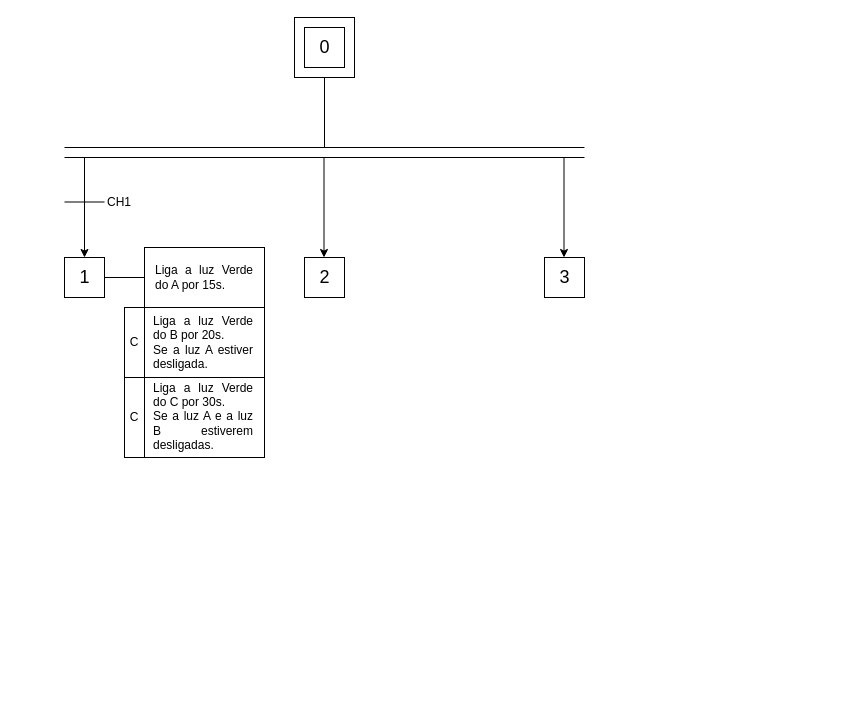
Earlier version of the draw.io diagram Experiência 3 - Semáforo de 3 tempos/Experimento3_CLP.drawio (pedroManuelP/Automa-o-Industrial). Source tidied: cells renumbered, new cells numbered last; positions are measured from the earlier drawing's top-left corner, leaving out a move shared by most shapes. Both pictures are drawn from the tidied source at 100%, with x=0, y=0 at pixel (64, 17).
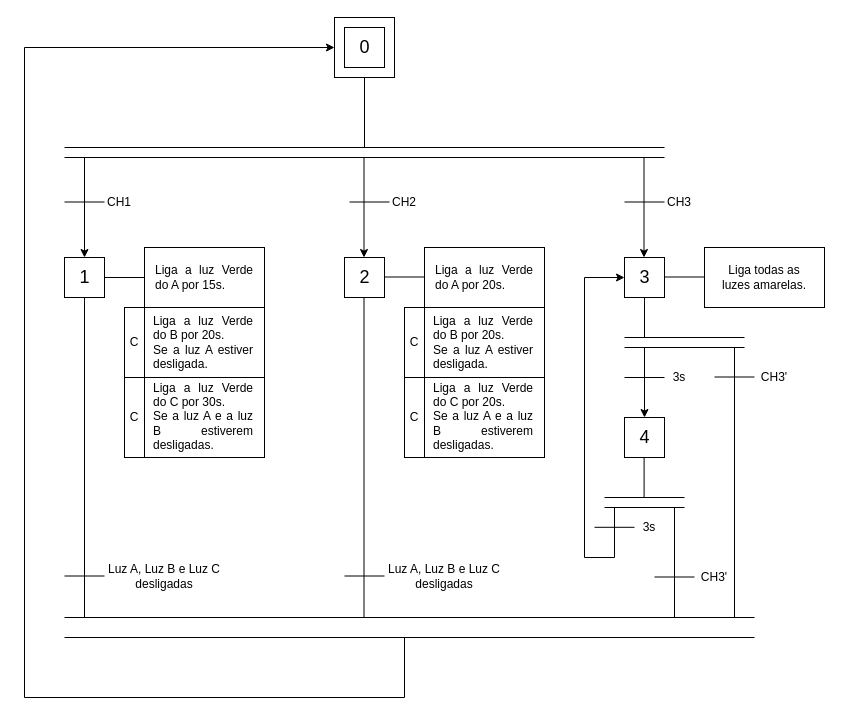
The same diagram, later.

Unchanged cells that the change refers to:
```xml
<mxCell id="8" style="rounded=0;whiteSpace=wrap;html=1;" parent="1" vertex="1">
  <mxGeometry y="240" width="40" height="40" as="geometry" />
</mxCell>
```

What changed in the source:
```diff
@@
     <mxCell id="2" style="rounded=0;whiteSpace=wrap;html=1;" parent="1" vertex="1">
-      <mxGeometry x="230" width="60" height="60" as="geometry" />
+      <mxGeometry x="270" width="60" height="60" as="geometry" />
     </mxCell>
     <mxCell id="3" style="rounded=0;whiteSpace=wrap;html=1;" parent="1" vertex="1">
-      <mxGeometry x="240" y="10" width="40" height="40" as="geometry" />
+      <mxGeometry x="280" y="10" width="40" height="40" as="geometry" />
     </mxCell>
     <mxCell id="4" value="&lt;div&gt;&lt;font style=&quot;font-size: 18px;&quot;&gt;0&lt;/font&gt;&lt;/div&gt;" style="text;html=1;align=center;verticalAlign=middle;strokeColor=none;fillColor=none;" parent="1" vertex="1">
-      <mxGeometry x="245" y="10" width="30" height="40" as="geometry" />
+      <mxGeometry x="285" y="10" width="30" height="40" as="geometry" />
     </mxCell>
     <mxCell id="5" style="endArrow=none;html=1;rounded=0;exitX=0.5;exitY=1;exitDx=0;exitDy=0;" parent="1" edge="1" source="2">
       <mxGeometry relative="1" as="geometry">
-        <mxPoint x="260" y="130" as="targetPoint" />
+        <mxPoint x="300" y="130" as="targetPoint" />
       </mxGeometry>
     </mxCell>
     <mxCell id="6" style="endArrow=none;html=1;rounded=0;" parent="1" edge="1">
       <mxGeometry relative="1" as="geometry">
         <mxPoint y="130" as="sourcePoint" />
-        <mxPoint x="520" y="130" as="targetPoint" />
+        <mxPoint x="600" y="130" as="targetPoint" />
       </mxGeometry>
     </mxCell>
     <mxCell id="7" style="endArrow=none;html=1;rounded=0;" parent="1" edge="1">
       <mxGeometry relative="1" as="geometry">
         <mxPoint y="140" as="sourcePoint" />
-        <mxPoint x="520" y="140" as="targetPoint" />
+        <mxPoint x="600" y="140" as="targetPoint" />
       </mxGeometry>
     </mxCell>
@@
     <mxCell id="21" style="rounded=0;whiteSpace=wrap;html=1;" parent="1" vertex="1">
-      <mxGeometry x="240" y="240" width="40" height="40" as="geometry" />
+      <mxGeometry x="280" y="240" width="40" height="40" as="geometry" />
     </mxCell>
     <mxCell id="22" value="&lt;font style=&quot;font-size: 18px;&quot;&gt;2&lt;/font&gt;" style="text;html=1;align=center;verticalAlign=middle;strokeColor=none;fillColor=none;" parent="1" vertex="1">
-      <mxGeometry x="245" y="240" width="30" height="40" as="geometry" />
+      <mxGeometry x="285" y="240" width="30" height="40" as="geometry" />
     </mxCell>
     <mxCell id="23" style="rounded=0;whiteSpace=wrap;html=1;" parent="1" vertex="1">
-      <mxGeometry x="480" y="240" width="40" height="40" as="geometry" />
+      <mxGeometry x="560" y="240" width="40" height="40" as="geometry" />
     </mxCell>
     <mxCell id="24" value="&lt;font style=&quot;font-size: 18px;&quot;&gt;3&lt;/font&gt;" style="text;html=1;align=center;verticalAlign=middle;strokeColor=none;fillColor=none;" parent="1" vertex="1">
-      <mxGeometry x="485" y="240" width="30" height="40" as="geometry" />
+      <mxGeometry x="565" y="240" width="30" height="40" as="geometry" />
     </mxCell>
@@
     <mxCell id="26" style="endArrow=classic;html=1;rounded=0;entryX=0.5;entryY=0;entryDx=0;entryDy=0;" parent="1" edge="1">
       <mxGeometry relative="1" as="geometry">
-        <mxPoint x="259.5" y="140" as="sourcePoint" />
-        <mxPoint x="259.5" y="240" as="targetPoint" />
+        <mxPoint x="299.5" y="140" as="sourcePoint" />
+        <mxPoint x="299.5" y="240" as="targetPoint" />
       </mxGeometry>
     </mxCell>
     <mxCell id="27" style="endArrow=classic;html=1;rounded=0;entryX=0.5;entryY=0;entryDx=0;entryDy=0;" parent="1" edge="1">
       <mxGeometry relative="1" as="geometry">
-        <mxPoint x="499.5" y="140" as="sourcePoint" />
-        <mxPoint x="499.5" y="240" as="targetPoint" />
+        <mxPoint x="579.5" y="140" as="sourcePoint" />
+        <mxPoint x="579.5" y="240" as="targetPoint" />
       </mxGeometry>
     </mxCell>
@@
+    <mxCell id="30" style="rounded=0;whiteSpace=wrap;html=1;" parent="1" vertex="1">
+      <mxGeometry x="360" y="230" width="120" height="60" as="geometry" />
+    </mxCell>
+    <mxCell id="31" value="&lt;font style=&quot;font-size: 12px;&quot;&gt;C&lt;/font&gt;" style="rounded=0;whiteSpace=wrap;html=1;" parent="1" vertex="1">
+      <mxGeometry x="340" y="290" width="20" height="70" as="geometry" />
+    </mxCell>
+    <mxCell id="32" value="&lt;div align=&quot;justify&quot;&gt;&lt;font style=&quot;font-size: 12px;&quot;&gt;Liga a luz Verde do A por 20s.&lt;/font&gt;&lt;/div&gt;" style="text;html=1;align=center;verticalAlign=middle;whiteSpace=wrap;rounded=0;" parent="1" vertex="1">
+      <mxGeometry x="370" y="240" width="100" height="40" as="geometry" />
+    </mxCell>
+    <mxCell id="33" style="group;" parent="1" vertex="1">
+      <mxGeometry x="360" y="290" width="140" height="70" as="geometry" />
+    </mxCell>
+    <mxCell id="34" style="rounded=0;whiteSpace=wrap;html=1;" parent="33" vertex="1">
+      <mxGeometry width="120" height="70" as="geometry" />
+    </mxCell>
+    <mxCell id="35" value="&lt;div align=&quot;justify&quot;&gt;Liga a luz Verde do B por 20s.&lt;/div&gt;&lt;div align=&quot;justify&quot;&gt;Se a luz A estiver desligada.&lt;/div&gt;" style="text;html=1;align=center;verticalAlign=middle;whiteSpace=wrap;rounded=0;" parent="33" vertex="1">
+      <mxGeometry x="7.8" y="17.5" width="102.2" height="35" as="geometry" />
+    </mxCell>
+    <mxCell id="36" value="&lt;font style=&quot;font-size: 12px;&quot;&gt;C&lt;/font&gt;" style="rounded=0;whiteSpace=wrap;html=1;" parent="1" vertex="1">
+      <mxGeometry x="340" y="360" width="20" height="80" as="geometry" />
+    </mxCell>
+    <mxCell id="37" style="group;" parent="1" vertex="1">
+      <mxGeometry x="360" y="360" width="140" height="80" as="geometry" />
+    </mxCell>
+    <mxCell id="38" style="rounded=0;whiteSpace=wrap;html=1;" parent="37" vertex="1">
+      <mxGeometry width="120" height="80" as="geometry" />
+    </mxCell>
+    <mxCell id="39" value="&lt;div align=&quot;justify&quot;&gt;Liga a luz Verde do C por 20s.&lt;/div&gt;&lt;div align=&quot;justify&quot;&gt;Se a luz A e a luz B estiverem desligadas.&lt;/div&gt;" style="text;html=1;align=center;verticalAlign=middle;whiteSpace=wrap;rounded=0;" parent="37" vertex="1">
+      <mxGeometry x="7.8" y="17.5" width="102.2" height="42.5" as="geometry" />
+    </mxCell>
+    <mxCell id="40" style="endArrow=none;html=1;rounded=0;exitX=1;exitY=0.5;exitDx=0;exitDy=0;entryX=0;entryY=0.5;entryDx=0;entryDy=0;" parent="1" edge="1">
+      <mxGeometry relative="1" as="geometry">
+        <mxPoint x="320" y="259.5" as="sourcePoint" />
+        <mxPoint x="360" y="259.5" as="targetPoint" />
+      </mxGeometry>
+    </mxCell>
+    <mxCell id="41" style="endArrow=none;html=1;rounded=0;exitX=1;exitY=0.5;exitDx=0;exitDy=0;entryX=0;entryY=0.5;entryDx=0;entryDy=0;" parent="1" edge="1">
+      <mxGeometry relative="1" as="geometry">
+        <mxPoint x="600" y="259.5" as="sourcePoint" />
+        <mxPoint x="640" y="259.5" as="targetPoint" />
+      </mxGeometry>
+    </mxCell>
+    <mxCell id="42" style="rounded=0;whiteSpace=wrap;html=1;" parent="1" vertex="1">
+      <mxGeometry x="640" y="230" width="120" height="60" as="geometry" />
+    </mxCell>
+    <mxCell id="43" value="Liga todas as luzes amarelas." style="text;html=1;align=center;verticalAlign=middle;whiteSpace=wrap;rounded=0;" parent="1" vertex="1">
+      <mxGeometry x="650" y="240" width="100" height="40" as="geometry" />
+    </mxCell>
+    <mxCell id="44" style="endArrow=none;html=1;rounded=0;" parent="1" edge="1">
+      <mxGeometry relative="1" as="geometry">
+        <mxPoint x="285" y="184.5" as="sourcePoint" />
+        <mxPoint x="325" y="184.5" as="targetPoint" />
+      </mxGeometry>
+    </mxCell>
+    <mxCell id="45" value="CH2" style="text;html=1;align=center;verticalAlign=middle;whiteSpace=wrap;rounded=0;" parent="1" vertex="1">
+      <mxGeometry x="325" y="170" width="30" height="30" as="geometry" />
+    </mxCell>
+    <mxCell id="46" style="endArrow=none;html=1;rounded=0;" parent="1" edge="1">
+      <mxGeometry relative="1" as="geometry">
+        <mxPoint x="560" y="184.5" as="sourcePoint" />
+        <mxPoint x="600" y="184.5" as="targetPoint" />
+      </mxGeometry>
+    </mxCell>
+    <mxCell id="47" value="&lt;div&gt;CH3&lt;/div&gt;" style="text;html=1;align=center;verticalAlign=middle;whiteSpace=wrap;rounded=0;" parent="1" vertex="1">
+      <mxGeometry x="600" y="170" width="30" height="30" as="geometry" />
+    </mxCell>
+    <mxCell id="48" style="rounded=0;whiteSpace=wrap;html=1;" parent="1" vertex="1">
+      <mxGeometry x="560" y="400" width="40" height="40" as="geometry" />
+    </mxCell>
+    <mxCell id="49" value="&lt;font style=&quot;font-size: 18px;&quot;&gt;4&lt;/font&gt;" style="text;html=1;align=center;verticalAlign=middle;strokeColor=none;fillColor=none;" parent="1" vertex="1">
+      <mxGeometry x="565" y="400" width="30" height="40" as="geometry" />
+    </mxCell>
+    <mxCell id="50" style="endArrow=none;html=1;rounded=0;" parent="1" edge="1">
+      <mxGeometry relative="1" as="geometry">
+        <mxPoint x="560" y="360" as="sourcePoint" />
+        <mxPoint x="600" y="360" as="targetPoint" />
+      </mxGeometry>
+    </mxCell>
+    <mxCell id="51" value="3s" style="text;html=1;align=center;verticalAlign=middle;whiteSpace=wrap;rounded=0;" parent="1" vertex="1">
+      <mxGeometry x="600" y="350" width="30" height="20" as="geometry" />
+    </mxCell>
+    <mxCell id="52" style="endArrow=classic;html=1;rounded=0;entryX=0;entryY=0.5;entryDx=0;entryDy=0;" parent="1" edge="1" target="23">
+      <mxGeometry relative="1" as="geometry">
+        <mxPoint x="550" y="490" as="sourcePoint" />
+        <Array as="points">
+          <mxPoint x="550" y="540" />
+          <mxPoint x="520" y="540" />
+          <mxPoint x="520" y="260" />
+        </Array>
+      </mxGeometry>
+    </mxCell>
+    <mxCell id="53" style="endArrow=none;html=1;rounded=0;" parent="1" edge="1">
+      <mxGeometry relative="1" as="geometry">
+        <mxPoint x="530" y="509.8" as="sourcePoint" />
+        <mxPoint x="570" y="509.8" as="targetPoint" />
+      </mxGeometry>
+    </mxCell>
+    <mxCell id="54" value="3s" style="text;html=1;align=center;verticalAlign=middle;whiteSpace=wrap;rounded=0;" parent="1" vertex="1">
+      <mxGeometry x="570" y="500" width="30" height="20" as="geometry" />
+    </mxCell>
+    <mxCell id="55" style="endArrow=none;html=1;rounded=0;entryX=0.5;entryY=1;entryDx=0;entryDy=0;" parent="1" edge="1" target="23">
+      <mxGeometry relative="1" as="geometry">
+        <mxPoint x="580" y="320" as="sourcePoint" />
+      </mxGeometry>
+    </mxCell>
+    <mxCell id="56" style="endArrow=none;html=1;rounded=0;" parent="1" edge="1">
+      <mxGeometry relative="1" as="geometry">
+        <mxPoint x="560" y="320" as="sourcePoint" />
+        <mxPoint x="680" y="320" as="targetPoint" />
+      </mxGeometry>
+    </mxCell>
+    <mxCell id="57" style="endArrow=none;html=1;rounded=0;" parent="1" edge="1">
+      <mxGeometry relative="1" as="geometry">
+        <mxPoint x="560" y="330" as="sourcePoint" />
+        <mxPoint x="680" y="330" as="targetPoint" />
+      </mxGeometry>
+    </mxCell>
+    <mxCell id="58" style="endArrow=classic;html=1;rounded=0;entryX=0.5;entryY=0;entryDx=0;entryDy=0;" parent="1" edge="1" target="48">
+      <mxGeometry relative="1" as="geometry">
+        <mxPoint x="580" y="330" as="sourcePoint" />
+      </mxGeometry>
+    </mxCell>
+    <mxCell id="59" style="endArrow=none;html=1;rounded=0;entryX=0.5;entryY=1;entryDx=0;entryDy=0;" parent="1" edge="1">
+      <mxGeometry relative="1" as="geometry">
+        <mxPoint x="579.6" y="480" as="sourcePoint" />
+        <mxPoint x="579.6" y="440" as="targetPoint" />
+      </mxGeometry>
+    </mxCell>
+    <mxCell id="60" style="endArrow=none;html=1;rounded=0;" parent="1" edge="1">
+      <mxGeometry relative="1" as="geometry">
+        <mxPoint x="540" y="480" as="sourcePoint" />
+        <mxPoint x="620" y="480" as="targetPoint" />
+      </mxGeometry>
+    </mxCell>
+    <mxCell id="61" style="endArrow=none;html=1;rounded=0;" parent="1" edge="1">
+      <mxGeometry relative="1" as="geometry">
+        <mxPoint x="540" y="490" as="sourcePoint" />
+        <mxPoint x="620" y="490" as="targetPoint" />
+      </mxGeometry>
+    </mxCell>
+    <mxCell id="62" style="endArrow=none;html=1;rounded=0;" parent="1" edge="1">
+      <mxGeometry relative="1" as="geometry">
+        <mxPoint y="600" as="sourcePoint" />
+        <mxPoint x="690" y="600" as="targetPoint" />
+      </mxGeometry>
+    </mxCell>
+    <mxCell id="63" style="endArrow=none;html=1;rounded=0;exitX=0.5;exitY=1;exitDx=0;exitDy=0;" parent="1" edge="1" source="8">
+      <mxGeometry relative="1" as="geometry">
+        <mxPoint x="20" y="600" as="targetPoint" />
+      </mxGeometry>
+    </mxCell>
+    <mxCell id="64" style="endArrow=none;html=1;rounded=0;exitX=0.5;exitY=1;exitDx=0;exitDy=0;" parent="1" edge="1">
+      <mxGeometry relative="1" as="geometry">
+        <mxPoint x="299.5" y="280" as="sourcePoint" />
+        <mxPoint x="299.5" y="600" as="targetPoint" />
+      </mxGeometry>
+    </mxCell>
+    <mxCell id="65" style="endArrow=none;html=1;rounded=0;" parent="1" edge="1">
+      <mxGeometry relative="1" as="geometry">
+        <mxPoint x="610" y="490" as="sourcePoint" />
+        <mxPoint x="610" y="600" as="targetPoint" />
+      </mxGeometry>
+    </mxCell>
+    <mxCell id="66" style="endArrow=none;html=1;rounded=0;" parent="1" edge="1">
+      <mxGeometry relative="1" as="geometry">
+        <mxPoint x="670" y="330" as="sourcePoint" />
+        <mxPoint x="670" y="600" as="targetPoint" />
+      </mxGeometry>
+    </mxCell>
+    <mxCell id="67" style="endArrow=none;html=1;rounded=0;" parent="1" edge="1">
+      <mxGeometry relative="1" as="geometry">
+        <mxPoint y="620" as="sourcePoint" />
+        <mxPoint x="690" y="620" as="targetPoint" />
+      </mxGeometry>
+    </mxCell>
+    <mxCell id="68" style="endArrow=none;html=1;rounded=0;" parent="1" edge="1">
+      <mxGeometry relative="1" as="geometry">
+        <mxPoint x="650" y="359.5" as="sourcePoint" />
+        <mxPoint x="690" y="359.5" as="targetPoint" />
+      </mxGeometry>
+    </mxCell>
+    <mxCell id="69" value="CH3'" style="text;html=1;align=center;verticalAlign=middle;whiteSpace=wrap;rounded=0;" parent="1" vertex="1">
+      <mxGeometry x="690" y="345" width="40" height="30" as="geometry" />
+    </mxCell>
+    <mxCell id="70" style="endArrow=none;html=1;rounded=0;" parent="1" edge="1">
+      <mxGeometry relative="1" as="geometry">
+        <mxPoint x="590" y="559.5" as="sourcePoint" />
+        <mxPoint x="630" y="559.5" as="targetPoint" />
+      </mxGeometry>
+    </mxCell>
+    <mxCell id="71" value="CH3'" style="text;html=1;align=center;verticalAlign=middle;whiteSpace=wrap;rounded=0;" parent="1" vertex="1">
+      <mxGeometry x="630" y="545" width="40" height="30" as="geometry" />
+    </mxCell>
+    <mxCell id="72" style="endArrow=none;html=1;rounded=0;" parent="1" edge="1">
+      <mxGeometry relative="1" as="geometry">
+        <mxPoint x="280" y="558.5" as="sourcePoint" />
+        <mxPoint x="320" y="558.5" as="targetPoint" />
+      </mxGeometry>
+    </mxCell>
+    <mxCell id="73" value="Luz A, Luz B e Luz C desligadas" style="text;html=1;align=center;verticalAlign=middle;whiteSpace=wrap;rounded=0;" parent="1" vertex="1">
+      <mxGeometry x="320" y="544" width="120" height="30" as="geometry" />
+    </mxCell>
+    <mxCell id="74" style="endArrow=none;html=1;rounded=0;" parent="1" edge="1">
+      <mxGeometry relative="1" as="geometry">
+        <mxPoint y="558.5" as="sourcePoint" />
+        <mxPoint x="40" y="558.5" as="targetPoint" />
+      </mxGeometry>
+    </mxCell>
+    <mxCell id="75" value="Luz A, Luz B e Luz C desligadas" style="text;html=1;align=center;verticalAlign=middle;whiteSpace=wrap;rounded=0;" parent="1" vertex="1">
+      <mxGeometry x="40" y="544" width="120" height="30" as="geometry" />
+    </mxCell>
+    <mxCell id="76" style="endArrow=classic;html=1;rounded=0;entryX=0;entryY=0.5;entryDx=0;entryDy=0;" parent="1" edge="1" target="2">
+      <mxGeometry relative="1" as="geometry">
+        <mxPoint x="340" y="620" as="sourcePoint" />
+        <Array as="points">
+          <mxPoint x="340" y="680" />
+          <mxPoint x="-40" y="680" />
+          <mxPoint x="-40" y="30" />
+        </Array>
+      </mxGeometry>
+    </mxCell>
```
